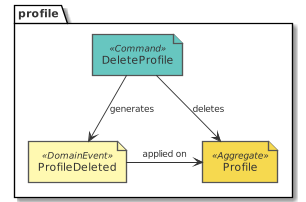
Before: paper/design_profile_eventstorming_delete.png, a diagram exported from PlantUML (tmorin/dorders).
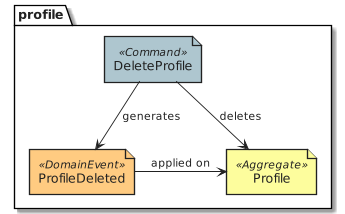
Above is the later version.

Diff of the diagram source:
```diff
@@ -1,10 +1,9 @@
 @startuml design_profile_eventstorming_delete
-!include common.puml
-!include ../.gdiag/plantuml-libs/eventstorming/eventstorming-all.puml
+!include common.eventstorming.puml
 package profile {
-  command('DeleteProfile')
-  domain_event('ProfileDeleted')
-  aggregate('Profile')
+  Command('DeleteProfile')
+  DomainEvent('ProfileDeleted')
+  Aggregate('Profile')
 }
 DeleteProfile --> ProfileDeleted : generates
 DeleteProfile --> Profile : deletes
```
